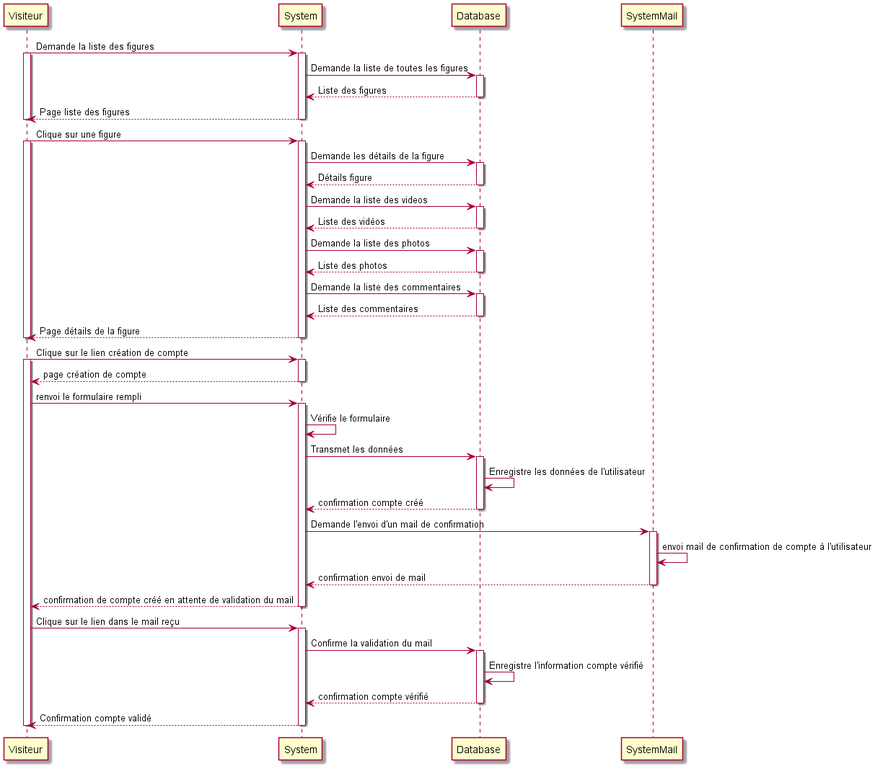
Before: Diagrams/sequenceP6.png, a diagram exported from PlantUML (d4rkstrife/P6_SnowTricks). Source of this version:
```plantuml
@startuml

Visiteur -> System : Demande la liste des figures
activate Visiteur
activate System
System -> Database : Demande la liste de toutes les figures
activate Database
return Liste des figures
return Page liste des figures
deactivate Visiteur


Visiteur -> System : Clique sur une figure
activate Visiteur
activate System
System -> Database : Demande les détails de la figure
activate Database
return Détails figure
System -> Database : Demande la liste des videos
activate Database
return Liste des vidéos
System -> Database : Demande la liste des photos
activate Database
return Liste des photos
System -> Database : Demande la liste des commentaires
activate Database
return Liste des commentaires
return Page détails de la figure
deactivate Visiteur


Visiteur -> System : Clique sur le lien création de compte
activate Visiteur
activate System
return page création de compte
Visiteur -> System : renvoi le formulaire rempli
activate System
System -> System : Vérifie le formulaire
System -> Database : Transmet les données
activate Database
Database -> Database : Enregistre les données de l'utilisateur
return confirmation compte créé
System -> SystemMail : Demande l'envoi d'un mail de confirmation
activate SystemMail
SystemMail -> SystemMail : envoi mail de confirmation de compte à l'utilisateur
return confirmation envoi de mail
return confirmation de compte créé en attente de validation du mail
Visiteur -> System : Clique sur le lien dans le mail reçu
activate System
System -> Database : Confirme la validation du mail
activate Database
Database -> Database : Enregistre l'information compte vérifié
return confirmation compte vérifié
return Confirmation compte validé
deactivate Visiteur

@enduml
```
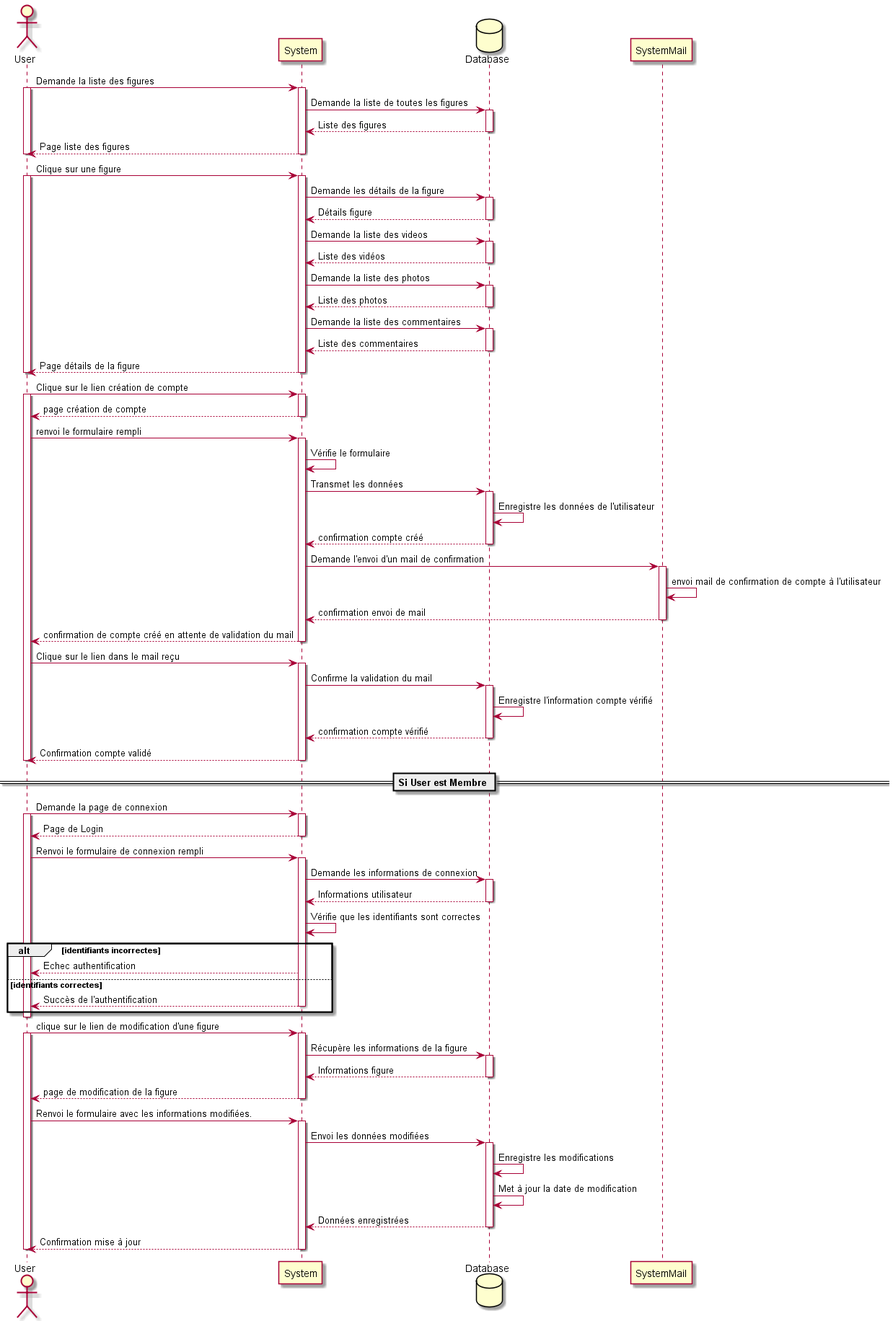
The same diagram one commit later.

Commit message:
psr12 modifications

Diff of the diagram source:
```diff
@@ -1,17 +1,23 @@
 @startuml
 
-Visiteur -> System : Demande la liste des figures
-activate Visiteur
+
+actor User
+
+
+User -> System : Demande la liste des figures
+activate User
 activate System
+
+database Database
 System -> Database : Demande la liste de toutes les figures
 activate Database
 return Liste des figures
 return Page liste des figures
-deactivate Visiteur
+deactivate User
 
 
-Visiteur -> System : Clique sur une figure
-activate Visiteur
+User -> System : Clique sur une figure
+activate User
 activate System
 System -> Database : Demande les détails de la figure
 activate Database
@@ -26,14 +32,14 @@
 activate Database
 return Liste des commentaires
 return Page détails de la figure
-deactivate Visiteur
+deactivate User
 
 
-Visiteur -> System : Clique sur le lien création de compte
-activate Visiteur
+User -> System : Clique sur le lien création de compte
+activate User
 activate System
 return page création de compte
-Visiteur -> System : renvoi le formulaire rempli
+User -> System : renvoi le formulaire rempli
 activate System
 System -> System : Vérifie le formulaire
 System -> Database : Transmet les données
@@ -45,13 +51,55 @@
 SystemMail -> SystemMail : envoi mail de confirmation de compte à l'utilisateur
 return confirmation envoi de mail
 return confirmation de compte créé en attente de validation du mail
-Visiteur -> System : Clique sur le lien dans le mail reçu
+User -> System : Clique sur le lien dans le mail reçu
 activate System
 System -> Database : Confirme la validation du mail
 activate Database
 Database -> Database : Enregistre l'information compte vérifié
 return confirmation compte vérifié
 return Confirmation compte validé
-deactivate Visiteur
+deactivate User
+
+== Si User est Membre ==
+
+
+User -> System : Demande la page de connexion
+activate User
+activate System
+return Page de Login
+User -> System : Renvoi le formulaire de connexion rempli
+activate System
+System -> Database : Demande les informations de connexion
+activate Database
+return Informations utilisateur
+System -> System : Vérifie que les identifiants sont correctes
+
+alt identifiants incorrectes
+System --> User : Echec authentification
+else identifiants correctes
+return Succès de l'authentification
+end
+deactivate User
+
+User -> System : clique sur le lien de modification d'une figure
+activate User
+activate System
+System -> Database : Récupère les informations de la figure
+activate Database
+return Informations figure
+return page de modification de la figure
+User -> System : Renvoi le formulaire avec les informations modifiées.
+activate System
+System -> Database : Envoi les données modifiées
+activate Database
+Database -> Database : Enregistre les modifications
+Database -> Database : Met à jour la date de modification
+return Données enregistrées
+return Confirmation mise à jour
+deactivate User
+
+
+
+
 
 @enduml
```
